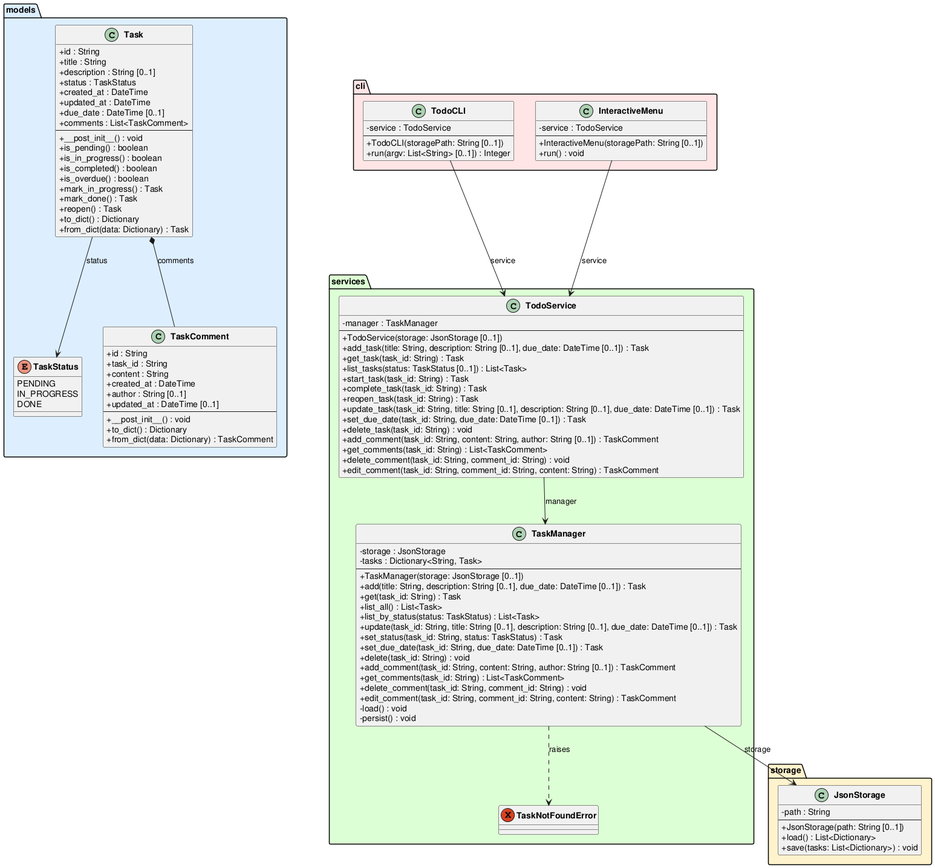
Above: experiments/pipeline/user_stories/TODO/artifacts/class_diagram.png in DanielRiha8906/Software_autoevolution_using_agents (PlantUML), before the change.
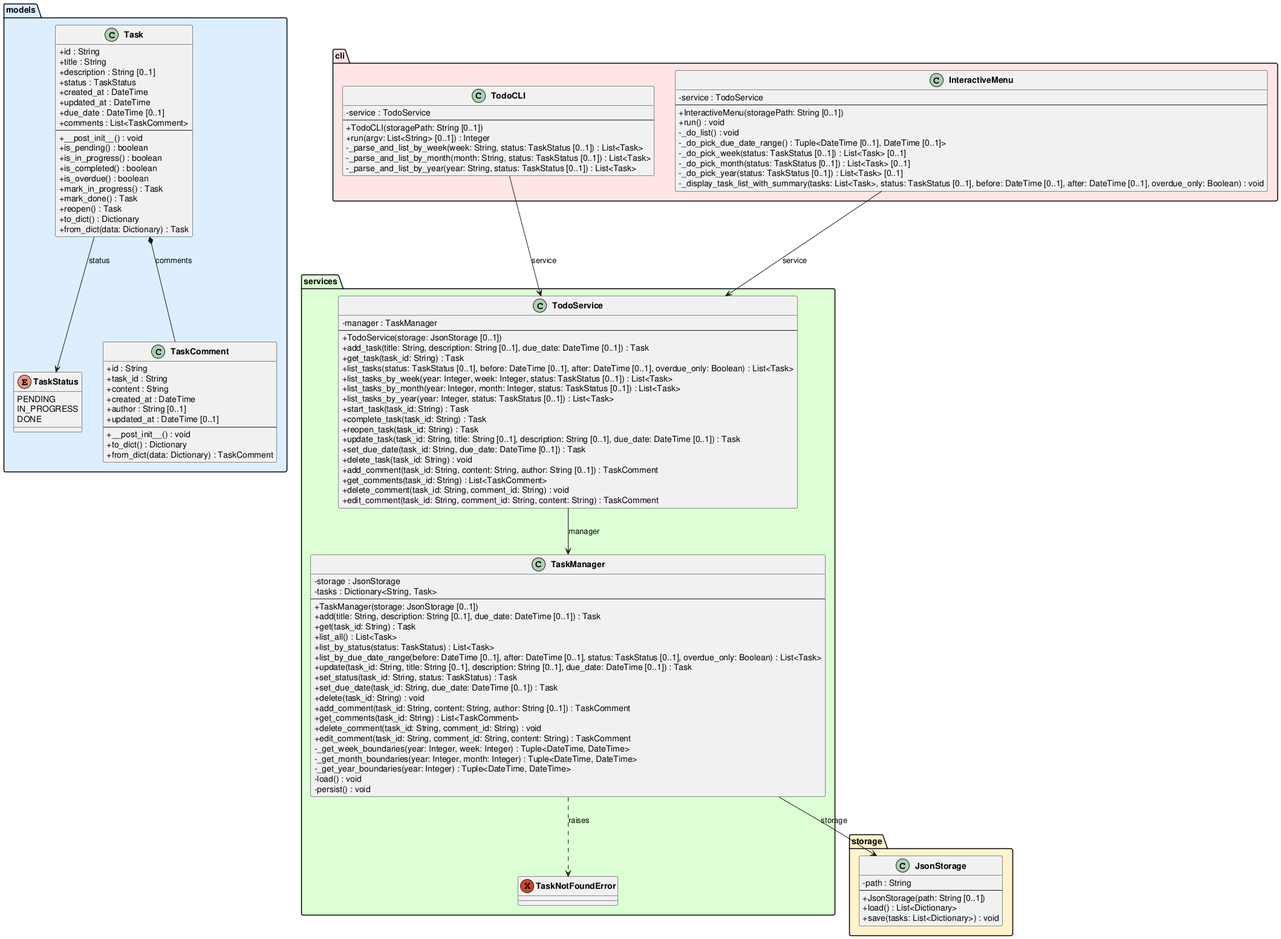
After the commit.

Change to the diagram source:
```diff
@@ -68,6 +68,7 @@
         +get(task_id: String) : Task
         +list_all() : List<Task>
         +list_by_status(status: TaskStatus) : List<Task>
+        +list_by_due_date_range(before: DateTime [0..1], after: DateTime [0..1], status: TaskStatus [0..1], overdue_only: Boolean) : List<Task>
         +update(task_id: String, title: String [0..1], description: String [0..1], due_date: DateTime [0..1]) : Task
         +set_status(task_id: String, status: TaskStatus) : Task
         +set_due_date(task_id: String, due_date: DateTime [0..1]) : Task
@@ -76,6 +77,9 @@
         +get_comments(task_id: String) : List<TaskComment>
         +delete_comment(task_id: String, comment_id: String) : void
         +edit_comment(task_id: String, comment_id: String, content: String) : TaskComment
+        -_get_week_boundaries(year: Integer, week: Integer) : Tuple<DateTime, DateTime>
+        -_get_month_boundaries(year: Integer, month: Integer) : Tuple<DateTime, DateTime>
+        -_get_year_boundaries(year: Integer) : Tuple<DateTime, DateTime>
         -load() : void
         -persist() : void
     }
@@ -86,7 +90,10 @@
         +TodoService(storage: JsonStorage [0..1])
         +add_task(title: String, description: String [0..1], due_date: DateTime [0..1]) : Task
         +get_task(task_id: String) : Task
-        +list_tasks(status: TaskStatus [0..1]) : List<Task>
+        +list_tasks(status: TaskStatus [0..1], before: DateTime [0..1], after: DateTime [0..1], overdue_only: Boolean) : List<Task>
+        +list_tasks_by_week(year: Integer, week: Integer, status: TaskStatus [0..1]) : List<Task>
+        +list_tasks_by_month(year: Integer, month: Integer, status: TaskStatus [0..1]) : List<Task>
+        +list_tasks_by_year(year: Integer, status: TaskStatus [0..1]) : List<Task>
         +start_task(task_id: String) : Task
         +complete_task(task_id: String) : Task
         +reopen_task(task_id: String) : Task
@@ -106,6 +113,9 @@
         --
         +TodoCLI(storagePath: String [0..1])
         +run(argv: List<String> [0..1]) : Integer
+        -_parse_and_list_by_week(week: String, status: TaskStatus [0..1]) : List<Task>
+        -_parse_and_list_by_month(month: String, status: TaskStatus [0..1]) : List<Task>
+        -_parse_and_list_by_year(year: String, status: TaskStatus [0..1]) : List<Task>
     }
 
     class InteractiveMenu {
@@ -113,6 +123,12 @@
         --
         +InteractiveMenu(storagePath: String [0..1])
         +run() : void
+        -_do_list() : void
+        -_do_pick_due_date_range() : Tuple<DateTime [0..1], DateTime [0..1]>
+        -_do_pick_week(status: TaskStatus [0..1]) : List<Task> [0..1]
+        -_do_pick_month(status: TaskStatus [0..1]) : List<Task> [0..1]
+        -_do_pick_year(status: TaskStatus [0..1]) : List<Task> [0..1]
+        -_display_task_list_with_summary(tasks: List<Task>, status: TaskStatus [0..1], before: DateTime [0..1], after: DateTime [0..1], overdue_only: Boolean) : void
     }
 }
 
```
